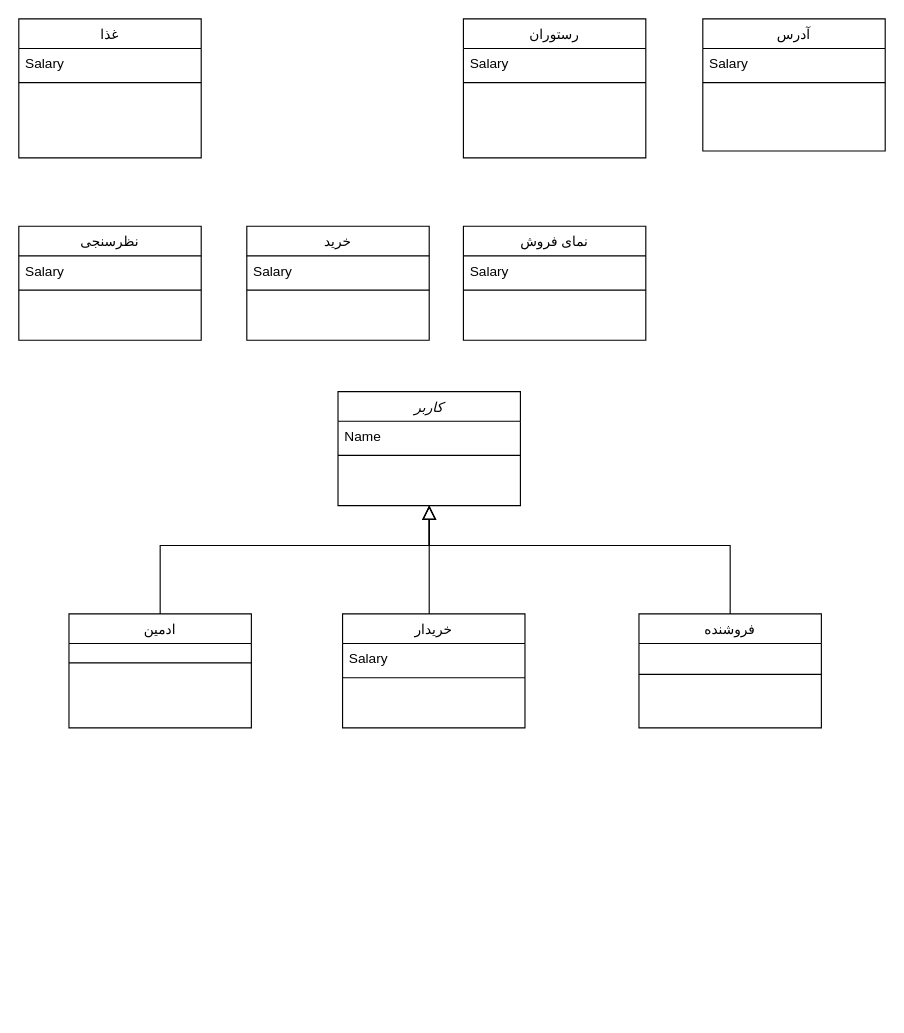
This is Untitled Diagram.drawio from khoramian/TahDig_SoftwareEngineering, a draw.io file, before an edit. Source tidied: cells renumbered, new cells numbered last; positions are measured from the earlier drawing's top-left corner, leaving out a move shared by most shapes. Both pictures are drawn from the tidied source at 114%, with x=0, y=0 at pixel (18, 18).
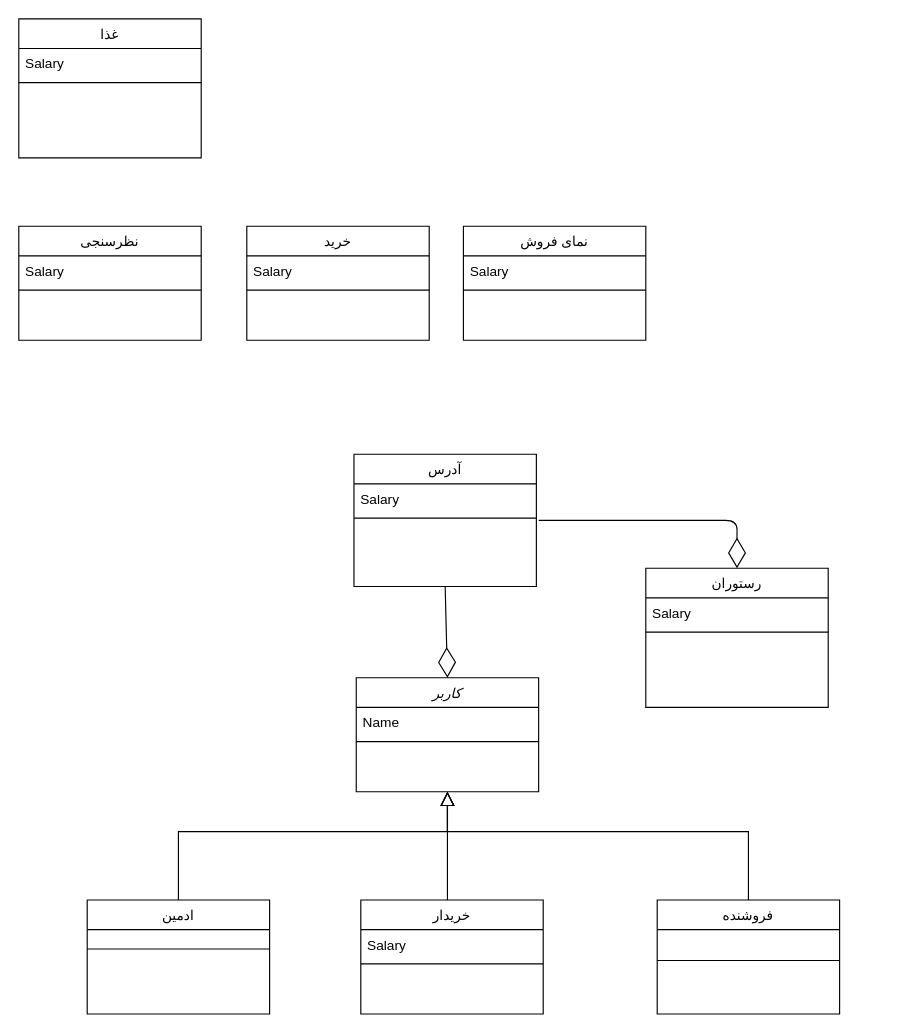
Above is the later version.

The change refers to these unchanged cells:
```xml
<mxCell id="16" value="Salary" style="text;align=left;verticalAlign=top;spacingLeft=4;spacingRight=4;overflow=hidden;points=[[0,0.5],[1,0.5]];portConstraint=eastwest;" parent="15" vertex="1">
  <mxGeometry y="26" width="160" height="26" as="geometry" />
</mxCell>
```

Change to the diagram source:
```diff
@@
     <mxCell id="2" value="فروشنده" style="swimlane;fontStyle=0;align=center;verticalAlign=top;horizontal=1;startSize=26;rounded=0;shadow=0;strokeWidth=1;" parent="1" vertex="1">
-      <mxGeometry x="544" y="522" width="160" height="100" as="geometry" />
+      <mxGeometry x="560" y="773" width="160" height="100" as="geometry" />
     </mxCell>
@@
     <mxCell id="4" value="خریدار" style="swimlane;fontStyle=0;align=center;verticalAlign=top;horizontal=1;startSize=26;rounded=0;shadow=0;strokeWidth=1;" parent="1" vertex="1">
-      <mxGeometry x="284" y="522" width="160" height="100" as="geometry" />
+      <mxGeometry x="300" y="773" width="160" height="100" as="geometry" />
     </mxCell>
@@
     <mxCell id="7" value="ادمین&#10;" style="swimlane;fontStyle=0;align=center;verticalAlign=top;horizontal=1;startSize=26;rounded=0;shadow=0;strokeWidth=1;" parent="1" vertex="1">
-      <mxGeometry x="44" y="522" width="160" height="100" as="geometry" />
+      <mxGeometry x="60" y="773" width="160" height="100" as="geometry" />
     </mxCell>
@@
     <mxCell id="15" value="آدرس" style="swimlane;fontStyle=0;align=center;verticalAlign=top;horizontal=1;startSize=26;rounded=0;shadow=0;strokeWidth=1;" parent="1" vertex="1">
-      <mxGeometry x="600" width="160" height="116" as="geometry" />
+      <mxGeometry x="294" y="382" width="160" height="116" as="geometry" />
     </mxCell>
@@
-    <mxCell id="18" value="رستوران" style="swimlane;fontStyle=0;align=center;verticalAlign=top;horizontal=1;startSize=26;rounded=0;shadow=0;strokeWidth=1;" parent="1" vertex="1">
-      <mxGeometry x="390" width="160" height="122" as="geometry" />
-    </mxCell>
-    <mxCell id="19" value="Salary" style="text;align=left;verticalAlign=top;spacingLeft=4;spacingRight=4;overflow=hidden;" parent="18" vertex="1">
-      <mxGeometry y="26" width="160" height="26" as="geometry" />
-    </mxCell>
-    <mxCell id="20" style="line;html=1;strokeWidth=1;align=left;verticalAlign=middle;spacingTop=-1;spacingLeft=3;spacingRight=3;labelPosition=right;" parent="18" vertex="1">
-      <mxGeometry y="52" width="160" height="8" as="geometry" />
-    </mxCell>
@@
     <mxCell id="27" value="کاربر" style="swimlane;fontStyle=2;align=center;verticalAlign=top;horizontal=1;startSize=26;rounded=0;shadow=0;strokeWidth=1;" parent="1" vertex="1">
-      <mxGeometry x="280" y="327" width="160" height="100" as="geometry" />
+      <mxGeometry x="296" y="578" width="160" height="100" as="geometry" />
     </mxCell>
@@
     <mxCell id="30" style="endArrow=block;endSize=10;endFill=0;shadow=0;strokeWidth=1;rounded=0;edgeStyle=elbowEdgeStyle;elbow=vertical;exitX=0.5;exitY=0;exitDx=0;exitDy=0;entryX=0.5;entryY=1;entryDx=0;entryDy=0;" parent="1" edge="1" source="2" target="27">
       <mxGeometry relative="1" as="geometry">
         <Array as="points">
-          <mxPoint x="480" y="462" />
-          <mxPoint x="360" y="482" />
+          <mxPoint x="496" y="713" />
+          <mxPoint x="376" y="733" />
         </Array>
       </mxGeometry>
     </mxCell>
     <mxCell id="31" style="endArrow=block;endSize=10;endFill=0;shadow=0;strokeWidth=1;rounded=0;edgeStyle=elbowEdgeStyle;elbow=vertical;entryX=0.5;entryY=1;entryDx=0;entryDy=0;" parent="1" edge="1" source="4">
       <mxGeometry relative="1" as="geometry">
-        <mxPoint x="360" y="427" as="targetPoint" />
+        <mxPoint x="376" y="678" as="targetPoint" />
         <Array as="points">
-          <mxPoint x="360" y="502" />
+          <mxPoint x="376" y="753" />
         </Array>
       </mxGeometry>
     </mxCell>
     <mxCell id="32" style="endArrow=block;endSize=10;endFill=0;shadow=0;strokeWidth=1;rounded=0;edgeStyle=elbowEdgeStyle;elbow=vertical;entryX=0.5;entryY=1;entryDx=0;entryDy=0;exitX=0.5;exitY=0;exitDx=0;exitDy=0;" parent="1" edge="1" source="7">
       <mxGeometry relative="1" as="geometry">
-        <mxPoint x="360" y="427" as="targetPoint" />
+        <mxPoint x="376" y="678" as="targetPoint" />
         <Array as="points">
-          <mxPoint x="340" y="462" />
-          <mxPoint x="360" y="502" />
+          <mxPoint x="356" y="713" />
+          <mxPoint x="376" y="753" />
         </Array>
       </mxGeometry>
     </mxCell>
+    <mxCell id="18" value="رستوران" style="swimlane;fontStyle=0;align=center;verticalAlign=top;horizontal=1;startSize=26;rounded=0;shadow=0;strokeWidth=1;" parent="1" vertex="1">
+      <mxGeometry x="550" y="482" width="160" height="122" as="geometry" />
+    </mxCell>
+    <mxCell id="19" value="Salary" style="text;align=left;verticalAlign=top;spacingLeft=4;spacingRight=4;overflow=hidden;" parent="18" vertex="1">
+      <mxGeometry y="26" width="160" height="26" as="geometry" />
+    </mxCell>
+    <mxCell id="20" style="line;html=1;strokeWidth=1;align=left;verticalAlign=middle;spacingTop=-1;spacingLeft=3;spacingRight=3;labelPosition=right;" parent="18" vertex="1">
+      <mxGeometry y="52" width="160" height="8" as="geometry" />
+    </mxCell>
+    <mxCell id="33" style="endArrow=diamondThin;endFill=0;endSize=24;html=1;fontSize=36;exitX=0.5;exitY=1;exitDx=0;exitDy=0;entryX=0.5;entryY=0;entryDx=0;entryDy=0;" parent="1" edge="1" source="15" target="27">
+      <mxGeometry relative="1" as="geometry" />
+    </mxCell>
+    <mxCell id="34" style="endArrow=diamondThin;endFill=0;endSize=24;html=1;fontSize=36;exitX=1.013;exitY=1.231;exitDx=0;exitDy=0;entryX=0.5;entryY=0;entryDx=0;entryDy=0;exitPerimeter=0;" parent="1" edge="1" source="16" target="18">
+      <mxGeometry relative="1" as="geometry">
+        <Array as="points">
+          <mxPoint x="630" y="440" />
+        </Array>
+      </mxGeometry>
+    </mxCell>
```
